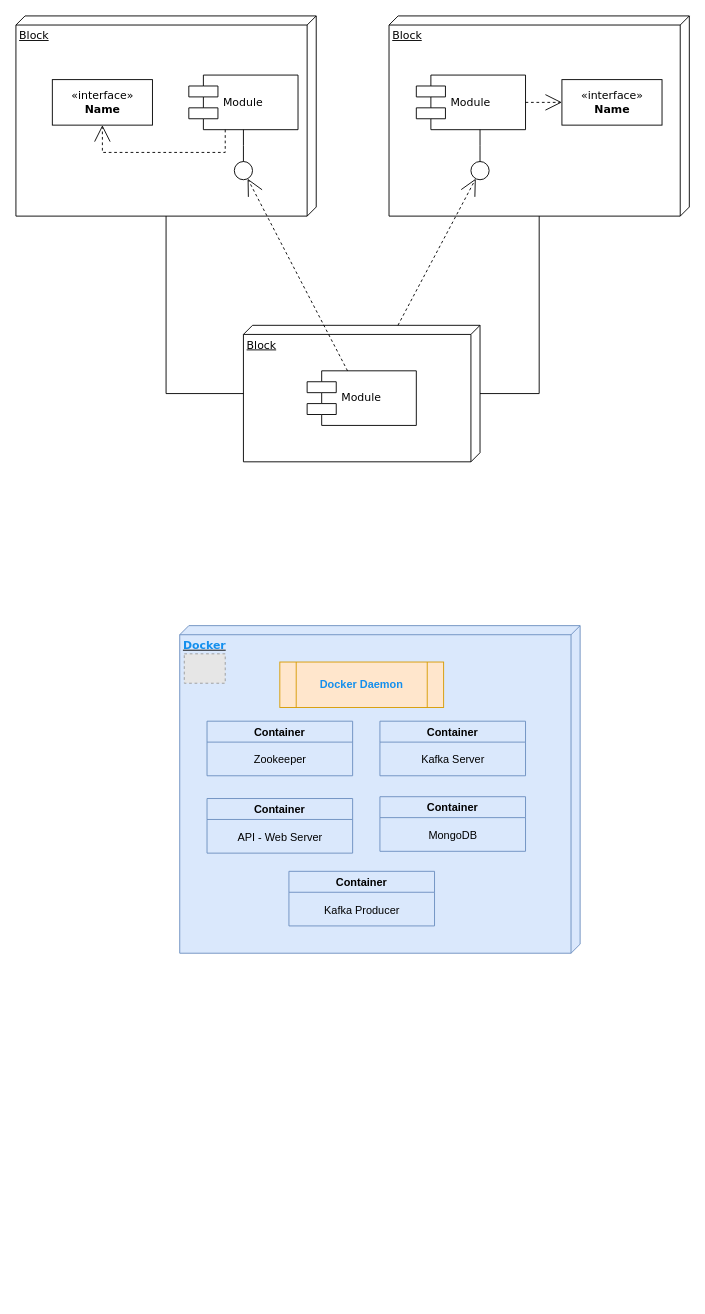
Earlier version of the draw.io diagram component.drawio (chmaikos/CoperDBAPI_v1). Source tidied: cells renumbered, new cells numbered last; positions are measured from the earlier drawing's top-left corner, leaving out a move shared by most shapes. Both pictures are drawn from the tidied source at 91%, with x=0, y=0 at pixel (15, 15). Pictures stored in the file or linked from it are replaced by grey dashed boxes.
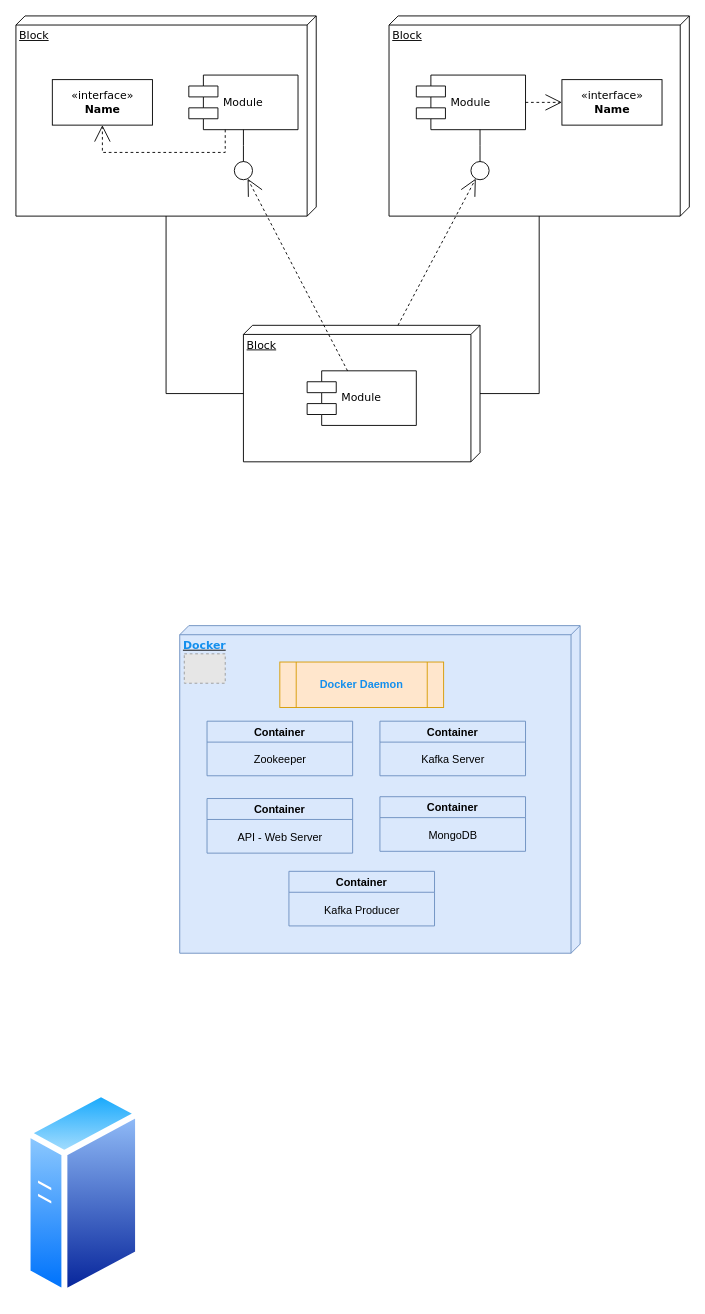
The same diagram, later.

What changed in the source:
```diff
@@
+    <mxCell id="33" style="image;perimeter=ellipsePerimeter;html=1;align=center;shadow=0;dashed=0;spacingTop=3;image=img/lib/active_directory/generic_server.svg;" parent="1" vertex="1">
+      <mxGeometry x="10" y="1180" width="128" height="228.6" as="geometry" />
+    </mxCell>
```
